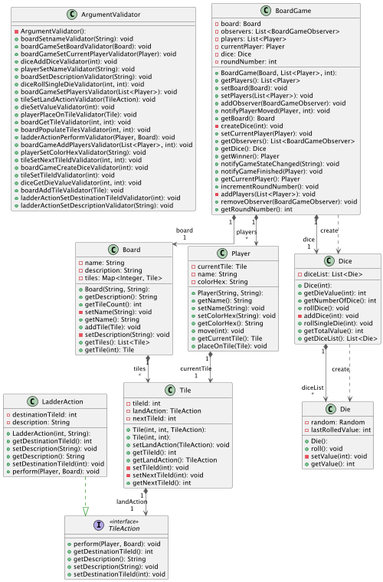
WilliamHoltsdalen/IDATT2003_mappeoppgave keeps this PlantUML diagram as docs/diagrams/renders/modelClassDiagram.png. Above is the earlier version.
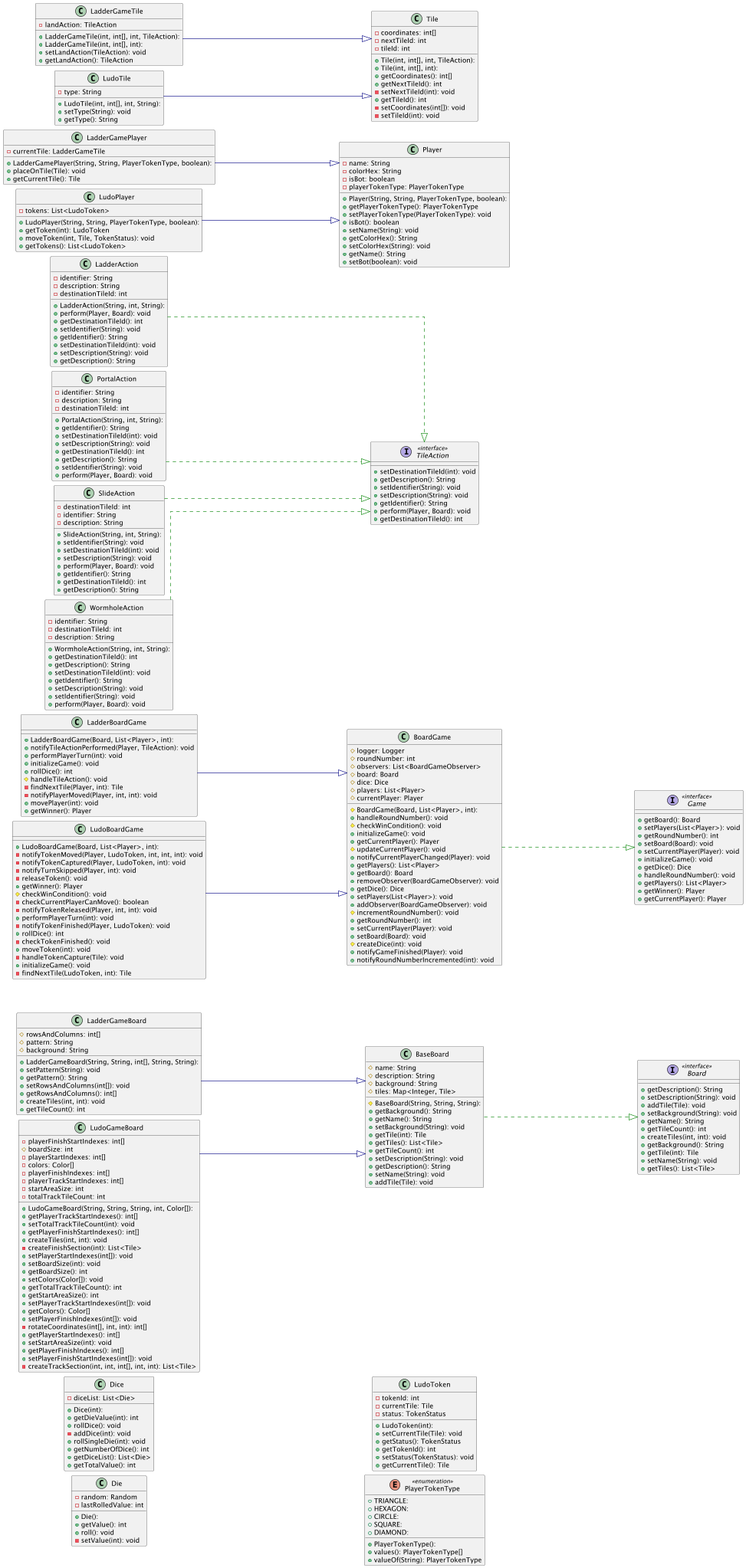
Later version of the same file.

Commit message:
docs: Update class diagram for model classes

The edit, as a diff of the source:
```diff
@@ -1,146 +1,327 @@
 @startuml
 
-top to bottom direction
-skinparam linetype ortho
+left to right direction
+skinparam {
+    nodesep 10
+    ranksep 260
+    linetype ortho
+    dpi 300
+}
 
-class ArgumentValidator {
-  - ArgumentValidator():
-  + boardSetnameValidator(String): void
-  + boardGameSetBoardValidator(Board): void
-  + boardGameSetCurrentPlayerValidator(Player): void
-  + diceAddDiceValidator(int): void
-  + playerSetNameValidator(String): void
-  + boardSetDescriptionValidator(String): void
-  + diceRollSingleDieValidator(int, int): void
-  + boardGameSetPlayersValidator(List<Player>): void
-  + tileSetLandActionValidator(TileAction): void
-  + dieSetValueValidator(int): void
-  + playerPlaceOnTileValidator(Tile): void
-  + boardGetTileValidator(int, int): void
-  + boardPopulateTilesValidator(int, int): void
-  + ladderActionPerformValidator(Player, Board): void
-  + boardGameAddPlayersValidator(List<Player>, int): void
-  + playerSetColorHexValidator(String): void
-  + tileSetNextTileIdValidator(int, int): void
-  + boardGameCreateDiceValidator(int): void
-  + tileSetTileIdValidator(int): void
-  + diceGetDieValueValidator(int, int): void
-  + boardAddTileValidator(Tile): void
-  + ladderActionSetDestinationTileIdValidator(int): void
-  + ladderActionSetDescriptionValidator(String): void
+class BaseBoard {
+  # BaseBoard(String, String, String):
+  # name: String
+  # description: String
+  # background: String
+  # tiles: Map<Integer, Tile>
+  + getBackground(): String
+  + getName(): String
+  + setBackground(String): void
+  + getTile(int): Tile
+  + getTiles(): List<Tile>
+  + getTileCount(): int
+  + setDescription(String): void
+  + getDescription(): String
+  + setName(String): void
+  + addTile(Tile): void
 }
-class Board {
-  + Board(String, String):
-  - name: String
-  - description: String
-  - tiles: Map<Integer, Tile>
+interface Board << interface >> {
   + getDescription(): String
+  + setDescription(String): void
+  + addTile(Tile): void
+  + setBackground(String): void
+  + getName(): String
   + getTileCount(): int
-  - setName(String): void
-  + getName(): String
-  + addTile(Tile): void
-  - setDescription(String): void
+  + createTiles(int, int): void
+  + getBackground(): String
+  + getTile(int): Tile
+  + setName(String): void
   + getTiles(): List<Tile>
-  + getTile(int): Tile
 }
 class BoardGame {
-  + BoardGame(Board, List<Player>, int):
-  - board: Board
-  - observers: List<BoardGameObserver>
-  - players: List<Player>
-  - currentPlayer: Player
-  - dice: Dice
-  - roundNumber: int
+  # BoardGame(Board, List<Player>, int):
+  # logger: Logger
+  # roundNumber: int
+  # observers: List<BoardGameObserver>
+  # board: Board
+  # dice: Dice
+  # players: List<Player>
+  # currentPlayer: Player
+  + handleRoundNumber(): void
+  # checkWinCondition(): void
+  + initializeGame(): void
+  + getCurrentPlayer(): Player
+  # updateCurrentPlayer(): void
+  + notifyCurrentPlayerChanged(Player): void
   + getPlayers(): List<Player>
-  + setBoard(Board): void
+  + getBoard(): Board
+  + removeObserver(BoardGameObserver): void
+  + getDice(): Dice
   + setPlayers(List<Player>): void
   + addObserver(BoardGameObserver): void
-  + notifyPlayerMoved(Player, int): void
-  + getBoard(): Board
-  - createDice(int): void
+  # incrementRoundNumber(): void
+  + getRoundNumber(): int
   + setCurrentPlayer(Player): void
-  + getObservers(): List<BoardGameObserver>
-  + getDice(): Dice
-  + getWinner(): Player
-  + notifyGameStateChanged(String): void
+  + setBoard(Board): void
+  # createDice(int): void
   + notifyGameFinished(Player): void
-  + getCurrentPlayer(): Player
-  + incrementRoundNumber(): void
-  - addPlayers(List<Player>): void
-  + removeObserver(BoardGameObserver): void
-  + getRoundNumber(): int
+  + notifyRoundNumberIncremented(int): void
 }
 class Dice {
   + Dice(int):
   - diceList: List<Die>
   + getDieValue(int): int
-  + getNumberOfDice(): int
   + rollDice(): void
   - addDice(int): void
   + rollSingleDie(int): void
+  + getNumberOfDice(): int
+  + getDiceList(): List<Die>
   + getTotalValue(): int
-  + getDiceList(): List<Die>
 }
 class Die {
   + Die():
   - random: Random
   - lastRolledValue: int
+  + getValue(): int
   + roll(): void
   - setValue(int): void
-  + getValue(): int
+}
+interface Game << interface >> {
+  + getBoard(): Board
+  + setPlayers(List<Player>): void
+  + getRoundNumber(): int
+  + setBoard(Board): void
+  + setCurrentPlayer(Player): void
+  + initializeGame(): void
+  + getDice(): Dice
+  + handleRoundNumber(): void
+  + getPlayers(): List<Player>
+  + getWinner(): Player
+  + getCurrentPlayer(): Player
 }
 class LadderAction {
-  + LadderAction(int, String):
+  + LadderAction(String, int, String):
+  - identifier: String
+  - description: String
+  - destinationTileId: int
+  + perform(Player, Board): void
+  + getDestinationTileId(): int
+  + setIdentifier(String): void
+  + getIdentifier(): String
+  + setDestinationTileId(int): void
+  + setDescription(String): void
+  + getDescription(): String
+}
+class LadderBoardGame {
+  + LadderBoardGame(Board, List<Player>, int):
+  + notifyTileActionPerformed(Player, TileAction): void
+  + performPlayerTurn(int): void
+  + initializeGame(): void
+  + rollDice(): int
+  # handleTileAction(): void
+  - findNextTile(Player, int): Tile
+  - notifyPlayerMoved(Player, int, int): void
+  + movePlayer(int): void
+  + getWinner(): Player
+}
+class LadderGameBoard {
+  + LadderGameBoard(String, String, int[], String, String):
+  # rowsAndColumns: int[]
+  # pattern: String
+  # background: String
+  + setPattern(String): void
+  + getPattern(): String
+  + setRowsAndColumns(int[]): void
+  + getRowsAndColumns(): int[]
+  + createTiles(int, int): void
+  + getTileCount(): int
+}
+class LadderGamePlayer {
+  + LadderGamePlayer(String, String, PlayerTokenType, boolean):
+  - currentTile: LadderGameTile
+  + placeOnTile(Tile): void
+  + getCurrentTile(): Tile
+}
+class LadderGameTile {
+  + LadderGameTile(int, int[], int, TileAction):
+  + LadderGameTile(int, int[], int):
+  - landAction: TileAction
+  + setLandAction(TileAction): void
+  + getLandAction(): TileAction
+}
+class LudoBoardGame {
+  + LudoBoardGame(Board, List<Player>, int):
+  - notifyTokenMoved(Player, LudoToken, int, int, int): void
+  - notifyTokenCaptured(Player, LudoToken, int): void
+  - notifyTurnSkipped(Player, int): void
+  - releaseToken(): void
+  + getWinner(): Player
+  # checkWinCondition(): void
+  - checkCurrentPlayerCanMove(): boolean
+  - notifyTokenReleased(Player, int, int): void
+  + performPlayerTurn(int): void
+  - notifyTokenFinished(Player, LudoToken): void
+  + rollDice(): int
+  - checkTokenFinished(): void
+  + moveToken(int): void
+  - handleTokenCapture(Tile): void
+  + initializeGame(): void
+  - findNextTile(LudoToken, int): Tile
+}
+class LudoGameBoard {
+  + LudoGameBoard(String, String, String, int, Color[]):
+  - playerFinishStartIndexes: int[]
+  # boardSize: int
+  - playerStartIndexes: int[]
+  - colors: Color[]
+  - playerFinishIndexes: int[]
+  - playerTrackStartIndexes: int[]
+  - startAreaSize: int
+  - totalTrackTileCount: int
+  + getPlayerTrackStartIndexes(): int[]
+  + setTotalTrackTileCount(int): void
+  + getPlayerFinishStartIndexes(): int[]
+  + createTiles(int, int): void
+  - createFinishSection(int): List<Tile>
+  + setPlayerStartIndexes(int[]): void
+  + setBoardSize(int): void
+  + getBoardSize(): int
+  + setColors(Color[]): void
+  + getTotalTrackTileCount(): int
+  + getStartAreaSize(): int
+  + setPlayerTrackStartIndexes(int[]): void
+  + getColors(): Color[]
+  + setPlayerFinishIndexes(int[]): void
+  - rotateCoordinates(int[], int, int): int[]
+  + getPlayerStartIndexes(): int[]
+  + setStartAreaSize(int): void
+  + getPlayerFinishIndexes(): int[]
+  + setPlayerFinishStartIndexes(int[]): void
+  - createTrackSection(int, int, int[], int, int): List<Tile>
+}
+class LudoPlayer {
+  + LudoPlayer(String, String, PlayerTokenType, boolean):
+  - tokens: List<LudoToken>
+  + getToken(int): LudoToken
+  + moveToken(int, Tile, TokenStatus): void
+  + getTokens(): List<LudoToken>
+}
+class LudoTile {
+  + LudoTile(int, int[], int, String):
+  - type: String
+  + setType(String): void
+  + getType(): String
+}
+class LudoToken {
+  + LudoToken(int):
+  - tokenId: int
+  - currentTile: Tile
+  - status: TokenStatus
+  + setCurrentTile(Tile): void
+  + getStatus(): TokenStatus
+  + getTokenId(): int
+  + setStatus(TokenStatus): void
+  + getCurrentTile(): Tile
+}
+class Player {
+  + Player(String, String, PlayerTokenType, boolean):
+  - name: String
+  - colorHex: String
+  - isBot: boolean
+  - playerTokenType: PlayerTokenType
+  + getPlayerTokenType(): PlayerTokenType
+  + setPlayerTokenType(PlayerTokenType): void
+  + isBot(): boolean
+  + setName(String): void
+  + getColorHex(): String
+  + setColorHex(String): void
+  + getName(): String
+  + setBot(boolean): void
+}
+enum PlayerTokenType << enumeration >> {
+  + PlayerTokenType():
+  + TRIANGLE:
+  + HEXAGON:
+  + CIRCLE:
+  + SQUARE:
+  + DIAMOND:
+  + values(): PlayerTokenType[]
+  + valueOf(String): PlayerTokenType
+}
+class PortalAction {
+  + PortalAction(String, int, String):
+  - identifier: String
+  - description: String
+  - destinationTileId: int
+  + getIdentifier(): String
+  + setDestinationTileId(int): void
+  + setDescription(String): void
+  + getDestinationTileId(): int
+  + getDescription(): String
+  + setIdentifier(String): void
+  + perform(Player, Board): void
+}
+class SlideAction {
+  + SlideAction(String, int, String):
+  - destinationTileId: int
+  - identifier: String
+  - description: String
+  + setIdentifier(String): void
+  + setDestinationTileId(int): void
+  + setDescription(String): void
+  + perform(Player, Board): void
+  + getIdentifier(): String
+  + getDestinationTileId(): int
+  + getDescription(): String
+}
+class Tile {
+  + Tile(int, int[], int, TileAction):
+  + Tile(int, int[], int):
+  - coordinates: int[]
+  - nextTileId: int
+  - tileId: int
+  + getCoordinates(): int[]
+  + getNextTileId(): int
+  - setNextTileId(int): void
+  + getTileId(): int
+  - setCoordinates(int[]): void
+  - setTileId(int): void
+}
+interface TileAction << interface >> {
+  + setDestinationTileId(int): void
+  + getDescription(): String
+  + setIdentifier(String): void
+  + setDescription(String): void
+  + getIdentifier(): String
+  + perform(Player, Board): void
+  + getDestinationTileId(): int
+}
+class WormholeAction {
+  + WormholeAction(String, int, String):
+  - identifier: String
   - destinationTileId: int
   - description: String
   + getDestinationTileId(): int
-  + setDescription(String): void
   + getDescription(): String
   + setDestinationTileId(int): void
+  + getIdentifier(): String
+  + setDescription(String): void
+  + setIdentifier(String): void
   + perform(Player, Board): void
 }
-class Player {
-  + Player(String, String):
-  - currentTile: Tile
-  - name: String
-  - colorHex: String
-  + getName(): String
-  + setName(String): void
-  + setColorHex(String): void
-  + getColorHex(): String
-  + move(int): void
-  + getCurrentTile(): Tile
-  + placeOnTile(Tile): void
-}
-class Tile {
-  + Tile(int, int, TileAction):
-  + Tile(int, int):
-  - tileId: int
-  - landAction: TileAction
-  - nextTileId: int
-  + setLandAction(TileAction): void
-  + getTileId(): int
-  + getLandAction(): TileAction
-  - setTileId(int): void
-  - setNextTileId(int): void
-  + getNextTileId(): int
-}
-interface TileAction << interface >> {
-  + perform(Player, Board): void
-  + getDestinationTileId(): int
-  + getDescription(): String
-  + setDescription(String): void
-  + setDestinationTileId(int): void
-}
 
-Board             "1" *-[#595959,plain]-> "tiles\n*" Tile
-BoardGame         "1" *-[#595959,plain]-> "board\n1" Board
-BoardGame         "1" *-[#595959,plain]-> "dice\n1" Dice
-BoardGame          -[#595959,dashed]->  Dice              : "«create»"
-BoardGame         "1" *-[#595959,plain]-> "players\n*" Player
-Dice              "1" *-[#595959,plain]-> "diceList\n*" Die
-Dice               -[#595959,dashed]->  Die               : "«create»"
-LadderAction       -[#008200,dashed]-^  TileAction
-Player            "1" *-[#595959,plain]-> "currentTile\n1" Tile
-Tile              "1" *-[#595959,plain]-> "landAction\n1" TileAction
+BaseBoard         -[#008200,dashed]-^  Board
+BoardGame         -[#008200,dashed]-^  Game
+LadderAction      -[#008200,dashed]-^  TileAction
+LadderBoardGame   -[#000082,plain]-^  BoardGame
+LadderGameBoard   -[#000082,plain]-^  BaseBoard
+LadderGamePlayer  -[#000082,plain]-^  Player
+LadderGameTile    -[#000082,plain]-^  Tile
+LudoBoardGame     -[#000082,plain]-^  BoardGame
+LudoGameBoard     -[#000082,plain]-^  BaseBoard
+LudoPlayer        -[#000082,plain]-^  Player
+LudoTile          -[#000082,plain]-^  Tile
+PortalAction      -[#008200,dashed]-^  TileAction
+SlideAction       -[#008200,dashed]-^  TileAction
+WormholeAction    -[#008200,dashed]-^  TileAction
 @enduml
```
